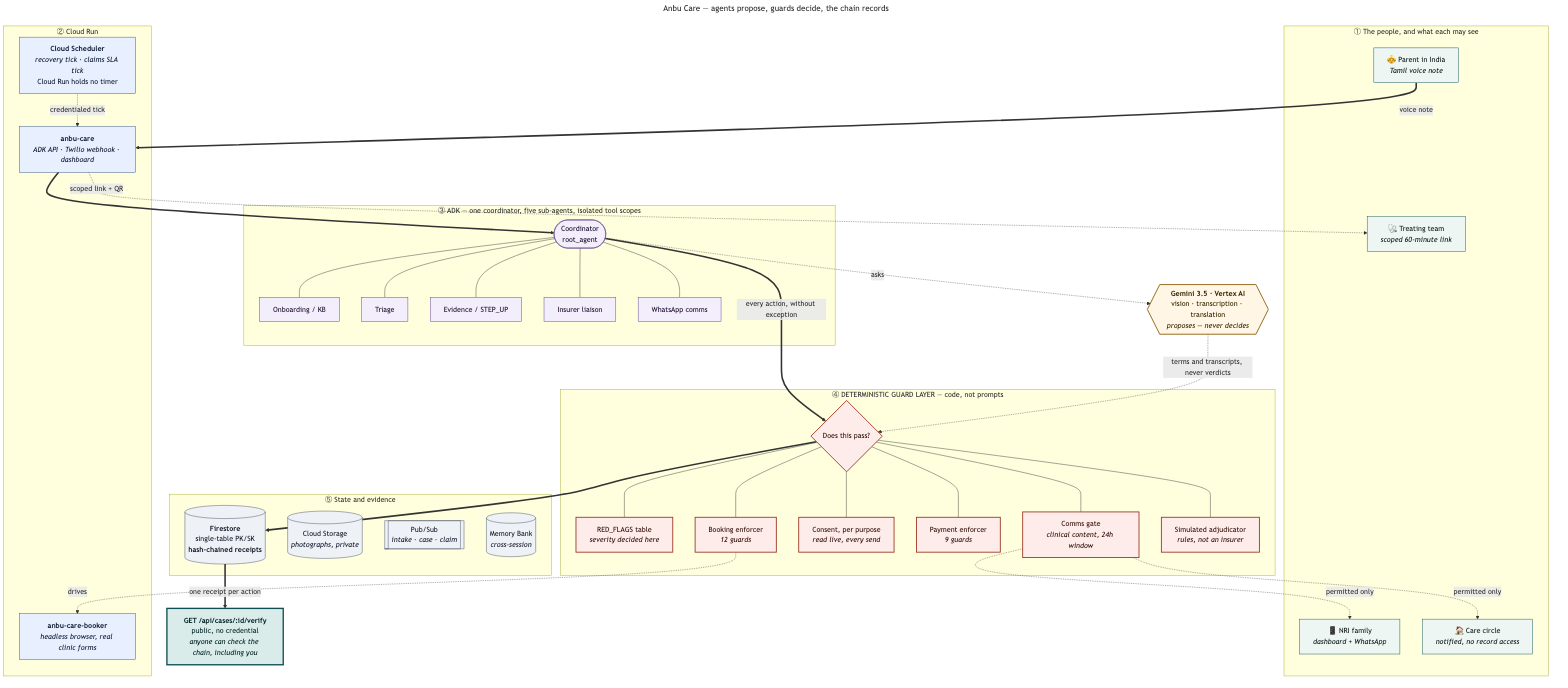
Above: docs/architecture.png in 4KInc/anbu-care (Mermaid), before the change. Its source is kept beside it as docs/architecture.mmd. Its diagram source:
```mermaid
---
title: Anbu Care — agents propose, guards decide, the chain records
---
flowchart TB

  subgraph L1["① The people, and what each may see"]
    direction LR
    MUM["👵 Parent in India<br/><i>Tamil voice note</i>"]
    SON["📱 NRI family<br/><i>dashboard + WhatsApp</i>"]
    MEENA["🏠 Care circle<br/><i>notified, no record access</i>"]
    DOC["🩺 Treating team<br/><i>scoped 60-minute link</i>"]
  end

  subgraph L2["② Cloud Run"]
    direction LR
    API["<b>anbu-care</b><br/><i>ADK API · Twilio webhook · dashboard</i>"]
    BOOKER["<b>anbu-care-booker</b><br/><i>headless browser, real clinic forms</i>"]
    SCHED["<b>Cloud Scheduler</b><br/><i>recovery tick · claims SLA tick</i><br/>Cloud Run holds no timer"]
  end

  subgraph L3["③ ADK — one coordinator, five sub-agents, isolated tool scopes"]
    direction LR
    ROOT(["Coordinator<br/>root_agent"])
    A1["Onboarding / KB"]
    A2["Triage"]
    A3["Evidence / STEP_UP"]
    A4["Insurer liaison"]
    A5["WhatsApp comms"]
    ROOT --- A1 & A2 & A3 & A4 & A5
  end

  GEM{{"<b>Gemini 3.5 · Vertex AI</b><br/>vision · transcription · translation<br/><i>proposes — never decides</i>"}}

  subgraph L4["④ DETERMINISTIC GUARD LAYER — code, not prompts"]
    GATE{"Does this pass?"}
    G1["RED_FLAGS table<br/><i>severity decided here</i>"]
    G2["Comms gate<br/><i>clinical content, 24h window</i>"]
    G3["Consent, per purpose<br/><i>read live, every send</i>"]
    G4["Payment enforcer<br/><i>9 guards</i>"]
    G5["Booking enforcer<br/><i>12 guards</i>"]
    G6["Simulated adjudicator<br/><i>rules, not an insurer</i>"]
  end

  subgraph L5["⑤ State and evidence"]
    direction LR
    FS[("<b>Firestore</b><br/>single-table PK/SK<br/><b>hash-chained receipts</b>")]
    GCS[("Cloud Storage<br/><i>photographs, private</i>")]
    PS[["Pub/Sub<br/><i>intake · case · claim</i>"]]
    MB[("Memory Bank<br/><i>cross-session</i>")]
  end

  VERIFY["<b>GET /api/cases/:id/verify</b><br/>public, no credential<br/><i>anyone can check the chain, including you</i>"]

  MUM ==>|"voice note"| API
  API ==> ROOT
  ROOT ==>|"every action, without exception"| GATE
  GATE ==> FS
  FS ==>|"one receipt per action"| VERIFY

  GATE --- G1 & G2 & G3 & G4 & G5 & G6
  ROOT -. "asks" .-> GEM
  GEM -. "terms and transcripts, never verdicts" .-> GATE
  SCHED -. "credentialed tick" .-> API
  G5 -. "drives" .-> BOOKER
  G2 -. "permitted only" .-> SON & MEENA
  API -. "scoped link + QR" .-> DOC

  classDef person fill:#eef6f4,stroke:#0e4f52,color:#14211f
  classDef guard fill:#fdecea,stroke:#9d3a26,stroke-width:2px,color:#3a1710
  classDef store fill:#eef1f6,stroke:#3d4a63,color:#1b2231
  classDef model fill:#fff6e5,stroke:#8c5e0c,stroke-width:2px,color:#3a2a05
  classDef run fill:#e8f0ff,stroke:#2b4a8a,color:#16233d
  classDef agent fill:#f3eefb,stroke:#5b3a8a,color:#241436
  classDef proof fill:#d9ece9,stroke:#0e4f52,stroke-width:3px,color:#0b2b2c

  class MUM,SON,MEENA,DOC person
  class G1,G2,G3,G4,G5,G6,GATE guard
  class FS,GCS,PS,MB store
  class GEM model
  class API,BOOKER,SCHED run
  class ROOT,A1,A2,A3,A4,A5 agent
  class VERIFY proof
```
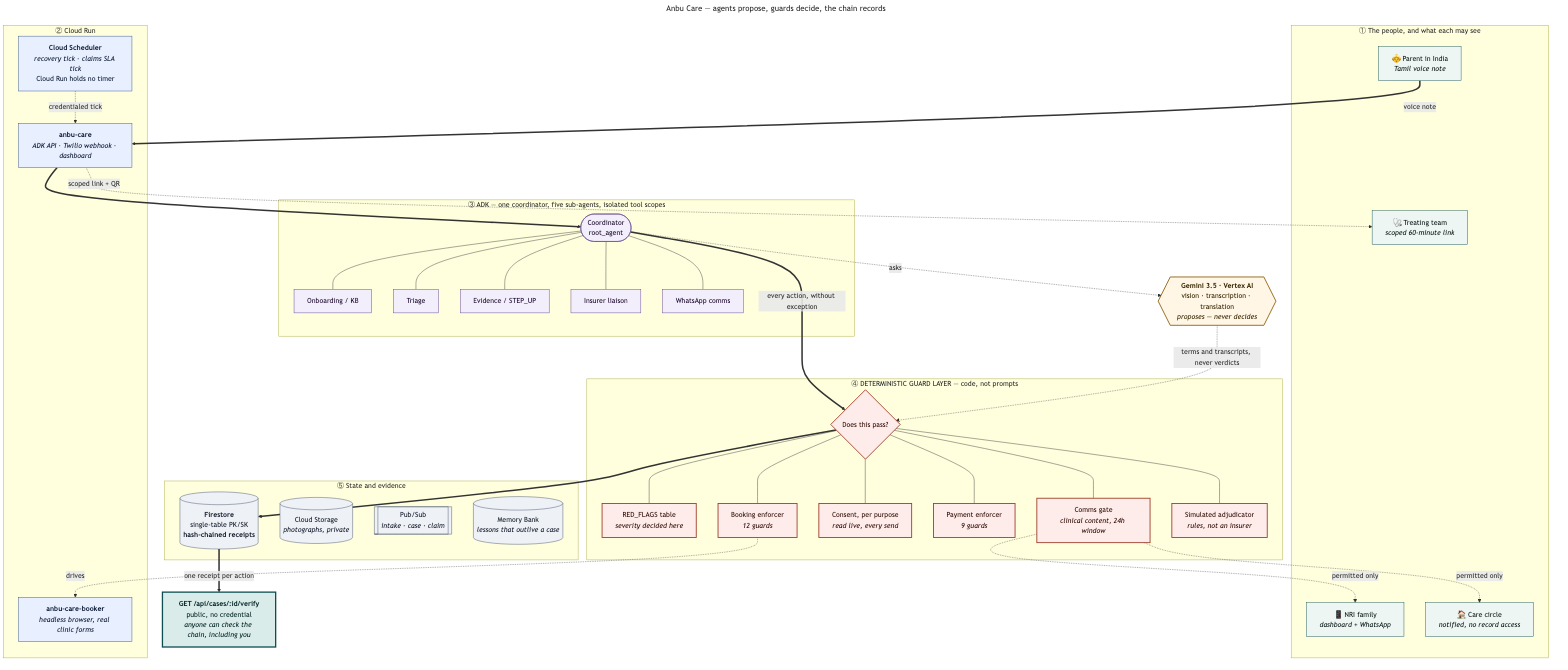
Above is the later version.

The edit, as a diff of the source:
```diff
@@ -46,7 +46,7 @@
     FS[("<b>Firestore</b><br/>single-table PK/SK<br/><b>hash-chained receipts</b>")]
     GCS[("Cloud Storage<br/><i>photographs, private</i>")]
     PS[["Pub/Sub<br/><i>intake · case · claim</i>"]]
-    MB[("Memory Bank<br/><i>cross-session</i>")]
+    MB[("Memory Bank<br/><i>lessons that outlive a case</i>")]
   end
 
   VERIFY["<b>GET /api/cases/:id/verify</b><br/>public, no credential<br/><i>anyone can check the chain, including you</i>"]
```
